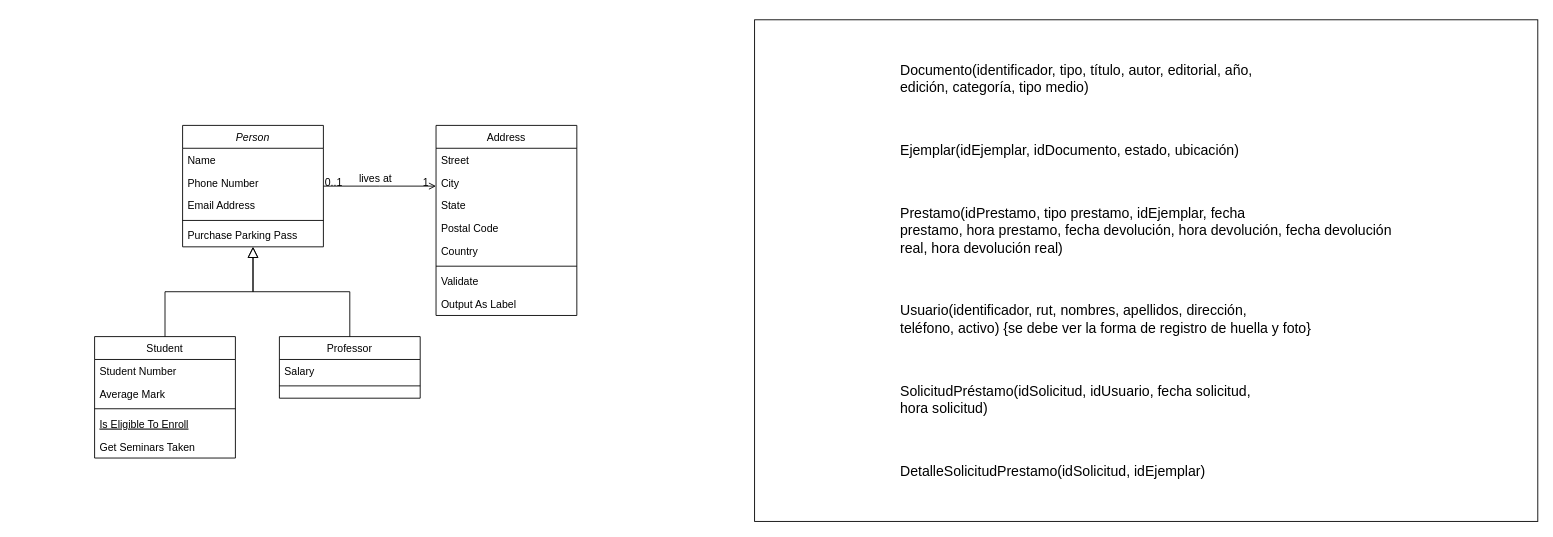
Mewsho/Muni-Book keeps this draw.io diagram as Datos/Untitled Diagram.drawio. Above is the earlier version. Source tidied: cells renumbered, new cells numbered last; positions are measured from the earlier drawing's top-left corner, leaving out a move shared by most shapes. Both pictures are drawn from the tidied source at 88%, with x=0, y=0 at pixel (94, 19).
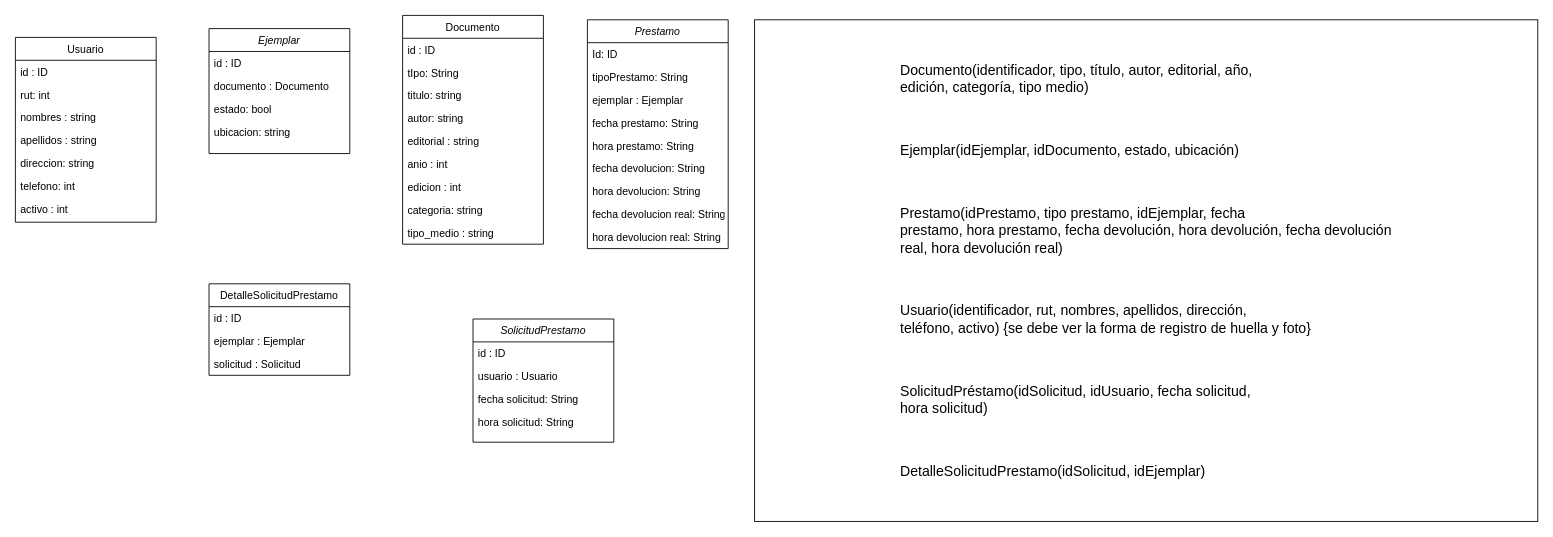
After the change.

What changed in the source:
```diff
@@
-    <mxCell id="2" value="Person" style="swimlane;fontStyle=2;align=center;verticalAlign=top;horizontal=1;startSize=26;rounded=0;shadow=0;strokeWidth=1;" parent="1" vertex="1">
-      <mxGeometry x="100" y="120" width="160" height="138" as="geometry" />
-    </mxCell>
-    <mxCell id="3" value="Name" style="text;align=left;verticalAlign=top;spacingLeft=4;spacingRight=4;overflow=hidden;" parent="2" vertex="1">
-      <mxGeometry y="26" width="160" height="26" as="geometry" />
-    </mxCell>
-    <mxCell id="4" value="Phone Number" style="text;align=left;verticalAlign=top;spacingLeft=4;spacingRight=4;overflow=hidden;rounded=0;shadow=0;html=0;" parent="2" vertex="1">
-      <mxGeometry y="52" width="160" height="26" as="geometry" />
-    </mxCell>
-    <mxCell id="5" value="Email Address" style="text;align=left;verticalAlign=top;spacingLeft=4;spacingRight=4;overflow=hidden;rounded=0;shadow=0;html=0;" parent="2" vertex="1">
-      <mxGeometry y="78" width="160" height="26" as="geometry" />
-    </mxCell>
-    <mxCell id="6" style="line;html=1;strokeWidth=1;align=left;verticalAlign=middle;spacingTop=-1;spacingLeft=3;spacingRight=3;labelPosition=right;" parent="2" vertex="1">
-      <mxGeometry y="104" width="160" height="8" as="geometry" />
-    </mxCell>
-    <mxCell id="7" value="Purchase Parking Pass" style="text;align=left;verticalAlign=top;spacingLeft=4;spacingRight=4;overflow=hidden;" parent="2" vertex="1">
-      <mxGeometry y="112" width="160" height="26" as="geometry" />
-    </mxCell>
-    <mxCell id="8" value="Student" style="swimlane;fontStyle=0;align=center;verticalAlign=top;horizontal=1;startSize=26;rounded=0;shadow=0;strokeWidth=1;" parent="1" vertex="1">
-      <mxGeometry y="360" width="160" height="138" as="geometry" />
-    </mxCell>
-    <mxCell id="9" value="Student Number" style="text;align=left;verticalAlign=top;spacingLeft=4;spacingRight=4;overflow=hidden;" parent="8" vertex="1">
-      <mxGeometry y="26" width="160" height="26" as="geometry" />
-    </mxCell>
-    <mxCell id="10" value="Average Mark" style="text;align=left;verticalAlign=top;spacingLeft=4;spacingRight=4;overflow=hidden;rounded=0;shadow=0;html=0;" parent="8" vertex="1">
-      <mxGeometry y="52" width="160" height="26" as="geometry" />
-    </mxCell>
-    <mxCell id="11" style="line;html=1;strokeWidth=1;align=left;verticalAlign=middle;spacingTop=-1;spacingLeft=3;spacingRight=3;labelPosition=right;" parent="8" vertex="1">
-      <mxGeometry y="78" width="160" height="8" as="geometry" />
-    </mxCell>
-    <mxCell id="12" value="Is Eligible To Enroll" style="text;align=left;verticalAlign=top;spacingLeft=4;spacingRight=4;overflow=hidden;fontStyle=4;" parent="8" vertex="1">
-      <mxGeometry y="86" width="160" height="26" as="geometry" />
-    </mxCell>
-    <mxCell id="13" value="Get Seminars Taken" style="text;align=left;verticalAlign=top;spacingLeft=4;spacingRight=4;overflow=hidden;" parent="8" vertex="1">
-      <mxGeometry y="112" width="160" height="26" as="geometry" />
-    </mxCell>
-    <mxCell id="14" style="endArrow=block;endSize=10;endFill=0;shadow=0;strokeWidth=1;rounded=0;curved=0;edgeStyle=elbowEdgeStyle;elbow=vertical;" parent="1" edge="1" source="8" target="2">
-      <mxGeometry relative="1" as="geometry" />
-    </mxCell>
-    <mxCell id="15" value="Professor" style="swimlane;fontStyle=0;align=center;verticalAlign=top;horizontal=1;startSize=26;rounded=0;shadow=0;strokeWidth=1;" parent="1" vertex="1">
-      <mxGeometry x="210" y="360" width="160" height="70" as="geometry" />
-    </mxCell>
-    <mxCell id="16" value="Salary" style="text;align=left;verticalAlign=top;spacingLeft=4;spacingRight=4;overflow=hidden;" parent="15" vertex="1">
-      <mxGeometry y="26" width="160" height="26" as="geometry" />
-    </mxCell>
-    <mxCell id="17" style="line;html=1;strokeWidth=1;align=left;verticalAlign=middle;spacingTop=-1;spacingLeft=3;spacingRight=3;labelPosition=right;" parent="15" vertex="1">
-      <mxGeometry y="52" width="160" height="8" as="geometry" />
-    </mxCell>
-    <mxCell id="18" style="endArrow=block;endSize=10;endFill=0;shadow=0;strokeWidth=1;rounded=0;curved=0;edgeStyle=elbowEdgeStyle;elbow=vertical;" parent="1" edge="1" source="15" target="2">
-      <mxGeometry relative="1" as="geometry" />
-    </mxCell>
-    <mxCell id="19" value="Address" style="swimlane;fontStyle=0;align=center;verticalAlign=top;horizontal=1;startSize=26;rounded=0;shadow=0;strokeWidth=1;" parent="1" vertex="1">
-      <mxGeometry x="388" y="120" width="160" height="216" as="geometry" />
-    </mxCell>
-    <mxCell id="20" value="Street" style="text;align=left;verticalAlign=top;spacingLeft=4;spacingRight=4;overflow=hidden;" parent="19" vertex="1">
-      <mxGeometry y="26" width="160" height="26" as="geometry" />
-    </mxCell>
-    <mxCell id="21" value="City" style="text;align=left;verticalAlign=top;spacingLeft=4;spacingRight=4;overflow=hidden;rounded=0;shadow=0;html=0;" parent="19" vertex="1">
-      <mxGeometry y="52" width="160" height="26" as="geometry" />
-    </mxCell>
-    <mxCell id="22" value="State" style="text;align=left;verticalAlign=top;spacingLeft=4;spacingRight=4;overflow=hidden;rounded=0;shadow=0;html=0;" parent="19" vertex="1">
-      <mxGeometry y="78" width="160" height="26" as="geometry" />
-    </mxCell>
-    <mxCell id="23" value="Postal Code" style="text;align=left;verticalAlign=top;spacingLeft=4;spacingRight=4;overflow=hidden;rounded=0;shadow=0;html=0;" parent="19" vertex="1">
-      <mxGeometry y="104" width="160" height="26" as="geometry" />
-    </mxCell>
-    <mxCell id="24" value="Country" style="text;align=left;verticalAlign=top;spacingLeft=4;spacingRight=4;overflow=hidden;rounded=0;shadow=0;html=0;" parent="19" vertex="1">
-      <mxGeometry y="130" width="160" height="26" as="geometry" />
-    </mxCell>
-    <mxCell id="25" style="line;html=1;strokeWidth=1;align=left;verticalAlign=middle;spacingTop=-1;spacingLeft=3;spacingRight=3;labelPosition=right;" parent="19" vertex="1">
-      <mxGeometry y="156" width="160" height="8" as="geometry" />
-    </mxCell>
-    <mxCell id="26" value="Validate" style="text;align=left;verticalAlign=top;spacingLeft=4;spacingRight=4;overflow=hidden;" parent="19" vertex="1">
-      <mxGeometry y="164" width="160" height="26" as="geometry" />
-    </mxCell>
-    <mxCell id="27" value="Output As Label" style="text;align=left;verticalAlign=top;spacingLeft=4;spacingRight=4;overflow=hidden;" parent="19" vertex="1">
-      <mxGeometry y="190" width="160" height="26" as="geometry" />
-    </mxCell>
-    <mxCell id="28" style="endArrow=open;shadow=0;strokeWidth=1;rounded=0;curved=0;endFill=1;edgeStyle=elbowEdgeStyle;elbow=vertical;" parent="1" edge="1" source="2" target="19">
-      <mxGeometry x="0.5" y="41" relative="1" as="geometry">
-        <mxPoint x="-40" y="32" as="offset" />
-      </mxGeometry>
-    </mxCell>
-    <mxCell id="29" value="0..1" style="align=left;verticalAlign=bottom;labelBackgroundColor=none;fontSize=12;" parent="28" vertex="1">
-      <mxGeometry x="-1" relative="1" as="geometry">
-        <mxPoint y="4" as="offset" />
-      </mxGeometry>
-    </mxCell>
-    <mxCell id="30" value="1" style="align=right;verticalAlign=bottom;labelBackgroundColor=none;fontSize=12;" parent="28" vertex="1">
-      <mxGeometry x="1" relative="1" as="geometry">
-        <mxPoint x="-7" y="4" as="offset" />
-      </mxGeometry>
-    </mxCell>
-    <mxCell id="31" value="lives at" style="text;html=1;align=center;verticalAlign=middle;labelBackgroundColor=none;rounded=0;shadow=0;strokeWidth=1;fontSize=12;" parent="28" vertex="1">
-      <mxGeometry x="0.5" y="49" relative="1" as="geometry">
-        <mxPoint x="-38" y="40" as="offset" />
-      </mxGeometry>
-    </mxCell>
@@
+    <mxCell id="33" value="Ejemplar" style="swimlane;fontStyle=2;align=center;verticalAlign=top;horizontal=1;startSize=26;rounded=0;shadow=0;strokeWidth=1;" parent="1" vertex="1">
+      <mxGeometry x="130" y="10" width="160" height="142" as="geometry" />
+    </mxCell>
+    <mxCell id="34" value="id : ID" style="text;align=left;verticalAlign=top;spacingLeft=4;spacingRight=4;overflow=hidden;" parent="33" vertex="1">
+      <mxGeometry y="26" width="160" height="26" as="geometry" />
+    </mxCell>
+    <mxCell id="35" value="documento : Documento" style="text;align=left;verticalAlign=top;spacingLeft=4;spacingRight=4;overflow=hidden;rounded=0;shadow=0;html=0;" parent="33" vertex="1">
+      <mxGeometry y="52" width="160" height="26" as="geometry" />
+    </mxCell>
+    <mxCell id="36" value="estado: bool" style="text;align=left;verticalAlign=top;spacingLeft=4;spacingRight=4;overflow=hidden;rounded=0;shadow=0;html=0;" parent="33" vertex="1">
+      <mxGeometry y="78" width="160" height="26" as="geometry" />
+    </mxCell>
+    <mxCell id="37" value="ubicacion: string" style="text;align=left;verticalAlign=top;spacingLeft=4;spacingRight=4;overflow=hidden;rounded=0;shadow=0;html=0;" parent="33" vertex="1">
+      <mxGeometry y="104" width="160" height="26" as="geometry" />
+    </mxCell>
+    <mxCell id="38" value="Documento" style="swimlane;fontStyle=0;align=center;verticalAlign=top;horizontal=1;startSize=26;rounded=0;shadow=0;strokeWidth=1;" parent="1" vertex="1">
+      <mxGeometry x="350" y="-5" width="160" height="260" as="geometry" />
+    </mxCell>
+    <mxCell id="39" value="id : ID" style="text;align=left;verticalAlign=top;spacingLeft=4;spacingRight=4;overflow=hidden;" parent="38" vertex="1">
+      <mxGeometry y="26" width="160" height="26" as="geometry" />
+    </mxCell>
+    <mxCell id="40" value="tIpo: String" style="text;align=left;verticalAlign=top;spacingLeft=4;spacingRight=4;overflow=hidden;rounded=0;shadow=0;html=0;" parent="38" vertex="1">
+      <mxGeometry y="52" width="160" height="26" as="geometry" />
+    </mxCell>
+    <mxCell id="41" value="titulo: string" style="text;align=left;verticalAlign=top;spacingLeft=4;spacingRight=4;overflow=hidden;fontStyle=0;" parent="38" vertex="1">
+      <mxGeometry y="78" width="160" height="26" as="geometry" />
+    </mxCell>
+    <mxCell id="42" value="autor: string" style="text;align=left;verticalAlign=top;spacingLeft=4;spacingRight=4;overflow=hidden;" parent="38" vertex="1">
+      <mxGeometry y="104" width="160" height="26" as="geometry" />
+    </mxCell>
+    <mxCell id="43" value="editorial : string" style="text;align=left;verticalAlign=top;spacingLeft=4;spacingRight=4;overflow=hidden;" parent="38" vertex="1">
+      <mxGeometry y="130" width="160" height="26" as="geometry" />
+    </mxCell>
+    <mxCell id="44" value="anio : int&#10;" style="text;align=left;verticalAlign=top;spacingLeft=4;spacingRight=4;overflow=hidden;" parent="38" vertex="1">
+      <mxGeometry y="156" width="160" height="26" as="geometry" />
+    </mxCell>
+    <mxCell id="45" value="edicion : int" style="text;align=left;verticalAlign=top;spacingLeft=4;spacingRight=4;overflow=hidden;" parent="38" vertex="1">
+      <mxGeometry y="182" width="160" height="26" as="geometry" />
+    </mxCell>
+    <mxCell id="46" value="categoria: string" style="text;align=left;verticalAlign=top;spacingLeft=4;spacingRight=4;overflow=hidden;" parent="38" vertex="1">
+      <mxGeometry y="208" width="160" height="26" as="geometry" />
+    </mxCell>
+    <mxCell id="47" value="tipo_medio : string" style="text;align=left;verticalAlign=top;spacingLeft=4;spacingRight=4;overflow=hidden;" parent="38" vertex="1">
+      <mxGeometry y="234" width="160" height="26" as="geometry" />
+    </mxCell>
+    <mxCell id="48" value="Prestamo" style="swimlane;fontStyle=2;align=center;verticalAlign=top;horizontal=1;startSize=26;rounded=0;shadow=0;strokeWidth=1;" parent="1" vertex="1">
+      <mxGeometry x="560" width="160" height="260" as="geometry" />
+    </mxCell>
+    <mxCell id="49" value="Id: ID" style="text;align=left;verticalAlign=top;spacingLeft=4;spacingRight=4;overflow=hidden;" parent="48" vertex="1">
+      <mxGeometry y="26" width="160" height="26" as="geometry" />
+    </mxCell>
+    <mxCell id="50" value="tipoPrestamo: String" style="text;align=left;verticalAlign=top;spacingLeft=4;spacingRight=4;overflow=hidden;rounded=0;shadow=0;html=0;" parent="48" vertex="1">
+      <mxGeometry y="52" width="160" height="26" as="geometry" />
+    </mxCell>
+    <mxCell id="51" value="ejemplar : Ejemplar" style="text;align=left;verticalAlign=top;spacingLeft=4;spacingRight=4;overflow=hidden;rounded=0;shadow=0;html=0;" parent="48" vertex="1">
+      <mxGeometry y="78" width="160" height="26" as="geometry" />
+    </mxCell>
+    <mxCell id="52" value="fecha prestamo: String" style="text;align=left;verticalAlign=top;spacingLeft=4;spacingRight=4;overflow=hidden;rounded=0;shadow=0;html=0;" parent="48" vertex="1">
+      <mxGeometry y="104" width="160" height="26" as="geometry" />
+    </mxCell>
+    <mxCell id="53" value="hora prestamo: String" style="text;align=left;verticalAlign=top;spacingLeft=4;spacingRight=4;overflow=hidden;rounded=0;shadow=0;html=0;" parent="48" vertex="1">
+      <mxGeometry y="130" width="160" height="26" as="geometry" />
+    </mxCell>
+    <mxCell id="54" value="fecha devolucion: String" style="text;align=left;verticalAlign=top;spacingLeft=4;spacingRight=4;overflow=hidden;rounded=0;shadow=0;html=0;" parent="48" vertex="1">
+      <mxGeometry y="156" width="160" height="26" as="geometry" />
+    </mxCell>
+    <mxCell id="55" value="hora devolucion: String" style="text;align=left;verticalAlign=top;spacingLeft=4;spacingRight=4;overflow=hidden;rounded=0;shadow=0;html=0;" parent="48" vertex="1">
+      <mxGeometry y="182" width="160" height="26" as="geometry" />
+    </mxCell>
+    <mxCell id="56" value="fecha devolucion real: String" style="text;align=left;verticalAlign=top;spacingLeft=4;spacingRight=4;overflow=hidden;rounded=0;shadow=0;html=0;" parent="48" vertex="1">
+      <mxGeometry y="208" width="160" height="26" as="geometry" />
+    </mxCell>
+    <mxCell id="57" value="hora devolucion real: String" style="text;align=left;verticalAlign=top;spacingLeft=4;spacingRight=4;overflow=hidden;rounded=0;shadow=0;html=0;" parent="48" vertex="1">
+      <mxGeometry y="234" width="160" height="26" as="geometry" />
+    </mxCell>
+    <mxCell id="58" value="Usuario" style="swimlane;fontStyle=0;align=center;verticalAlign=top;horizontal=1;startSize=26;rounded=0;shadow=0;strokeWidth=1;" parent="1" vertex="1">
+      <mxGeometry x="-90" y="20" width="160" height="210" as="geometry" />
+    </mxCell>
+    <mxCell id="59" value="id : ID" style="text;align=left;verticalAlign=top;spacingLeft=4;spacingRight=4;overflow=hidden;" parent="58" vertex="1">
+      <mxGeometry y="26" width="160" height="26" as="geometry" />
+    </mxCell>
+    <mxCell id="60" value="rut: int" style="text;align=left;verticalAlign=top;spacingLeft=4;spacingRight=4;overflow=hidden;rounded=0;shadow=0;html=0;" parent="58" vertex="1">
+      <mxGeometry y="52" width="160" height="26" as="geometry" />
+    </mxCell>
+    <mxCell id="61" value="nombres : string" style="text;align=left;verticalAlign=top;spacingLeft=4;spacingRight=4;overflow=hidden;fontStyle=0;" parent="58" vertex="1">
+      <mxGeometry y="78" width="160" height="26" as="geometry" />
+    </mxCell>
+    <mxCell id="62" value="apellidos : string" style="text;align=left;verticalAlign=top;spacingLeft=4;spacingRight=4;overflow=hidden;" parent="58" vertex="1">
+      <mxGeometry y="104" width="160" height="26" as="geometry" />
+    </mxCell>
+    <mxCell id="63" value="direccion: string" style="text;align=left;verticalAlign=top;spacingLeft=4;spacingRight=4;overflow=hidden;" parent="58" vertex="1">
+      <mxGeometry y="130" width="160" height="26" as="geometry" />
+    </mxCell>
+    <mxCell id="64" value="telefono: int" style="text;align=left;verticalAlign=top;spacingLeft=4;spacingRight=4;overflow=hidden;" parent="58" vertex="1">
+      <mxGeometry y="156" width="160" height="26" as="geometry" />
+    </mxCell>
+    <mxCell id="65" value="activo : int" style="text;align=left;verticalAlign=top;spacingLeft=4;spacingRight=4;overflow=hidden;" parent="58" vertex="1">
+      <mxGeometry y="182" width="160" height="26" as="geometry" />
+    </mxCell>
+    <mxCell id="66" value="SolicitudPrestamo" style="swimlane;fontStyle=2;align=center;verticalAlign=top;horizontal=1;startSize=26;rounded=0;shadow=0;strokeWidth=1;" parent="1" vertex="1">
+      <mxGeometry x="430" y="340" width="160" height="140" as="geometry" />
+    </mxCell>
+    <mxCell id="67" value="id : ID" style="text;align=left;verticalAlign=top;spacingLeft=4;spacingRight=4;overflow=hidden;" parent="66" vertex="1">
+      <mxGeometry y="26" width="160" height="26" as="geometry" />
+    </mxCell>
+    <mxCell id="68" value="usuario : Usuario" style="text;align=left;verticalAlign=top;spacingLeft=4;spacingRight=4;overflow=hidden;rounded=0;shadow=0;html=0;" parent="66" vertex="1">
+      <mxGeometry y="52" width="160" height="26" as="geometry" />
+    </mxCell>
+    <mxCell id="69" value="fecha solicitud: String" style="text;align=left;verticalAlign=top;spacingLeft=4;spacingRight=4;overflow=hidden;rounded=0;shadow=0;html=0;" parent="66" vertex="1">
+      <mxGeometry y="78" width="160" height="26" as="geometry" />
+    </mxCell>
+    <mxCell id="70" value="hora solicitud: String" style="text;align=left;verticalAlign=top;spacingLeft=4;spacingRight=4;overflow=hidden;rounded=0;shadow=0;html=0;" parent="66" vertex="1">
+      <mxGeometry y="104" width="160" height="26" as="geometry" />
+    </mxCell>
+    <mxCell id="71" value="DetalleSolicitudPrestamo" style="swimlane;fontStyle=0;align=center;verticalAlign=top;horizontal=1;startSize=26;rounded=0;shadow=0;strokeWidth=1;" parent="1" vertex="1">
+      <mxGeometry x="130" y="300" width="160" height="104" as="geometry" />
+    </mxCell>
+    <mxCell id="72" value="id : ID" style="text;align=left;verticalAlign=top;spacingLeft=4;spacingRight=4;overflow=hidden;" parent="71" vertex="1">
+      <mxGeometry y="26" width="160" height="26" as="geometry" />
+    </mxCell>
+    <mxCell id="73" value="ejemplar : Ejemplar" style="text;align=left;verticalAlign=top;spacingLeft=4;spacingRight=4;overflow=hidden;rounded=0;shadow=0;html=0;" parent="71" vertex="1">
+      <mxGeometry y="52" width="160" height="26" as="geometry" />
+    </mxCell>
+    <mxCell id="74" value="solicitud : Solicitud" style="text;align=left;verticalAlign=top;spacingLeft=4;spacingRight=4;overflow=hidden;rounded=0;shadow=0;html=0;" parent="71" vertex="1">
+      <mxGeometry y="78" width="160" height="26" as="geometry" />
+    </mxCell>
```
